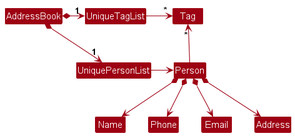
The PlantUML diagram docs/images/BetterModelClassDiagram.png in nus-cs2103-AY2324S2/tp, before a commit.
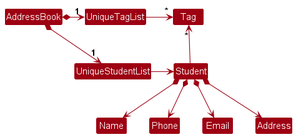
The same file after the commit.

Commit message:
Rename 'Person' to 'Student': Replace Images

What changed in the source:
```diff
@@ -4,18 +4,18 @@
 skinparam arrowColor MODEL_COLOR
 skinparam classBackgroundColor MODEL_COLOR
 
-AddressBook *-right-> "1" UniquePersonList
+AddressBook *-right-> "1" UniqueStudentList
 AddressBook *-right-> "1" UniqueTagList
-UniqueTagList -[hidden]down- UniquePersonList
-UniqueTagList -[hidden]down- UniquePersonList
+UniqueTagList -[hidden]down- UniqueStudentList
+UniqueTagList -[hidden]down- UniqueStudentList
 
 UniqueTagList -right-> "*" Tag
-UniquePersonList -right-> Person
+UniqueStudentList -right-> Student
 
-Person -up-> "*" Tag
+Student -up-> "*" Tag
 
-Person *--> Name
-Person *--> Phone
-Person *--> Email
-Person *--> Address
+Student *--> Name
+Student *--> Phone
+Student *--> Email
+Student *--> Address
 @enduml
```
